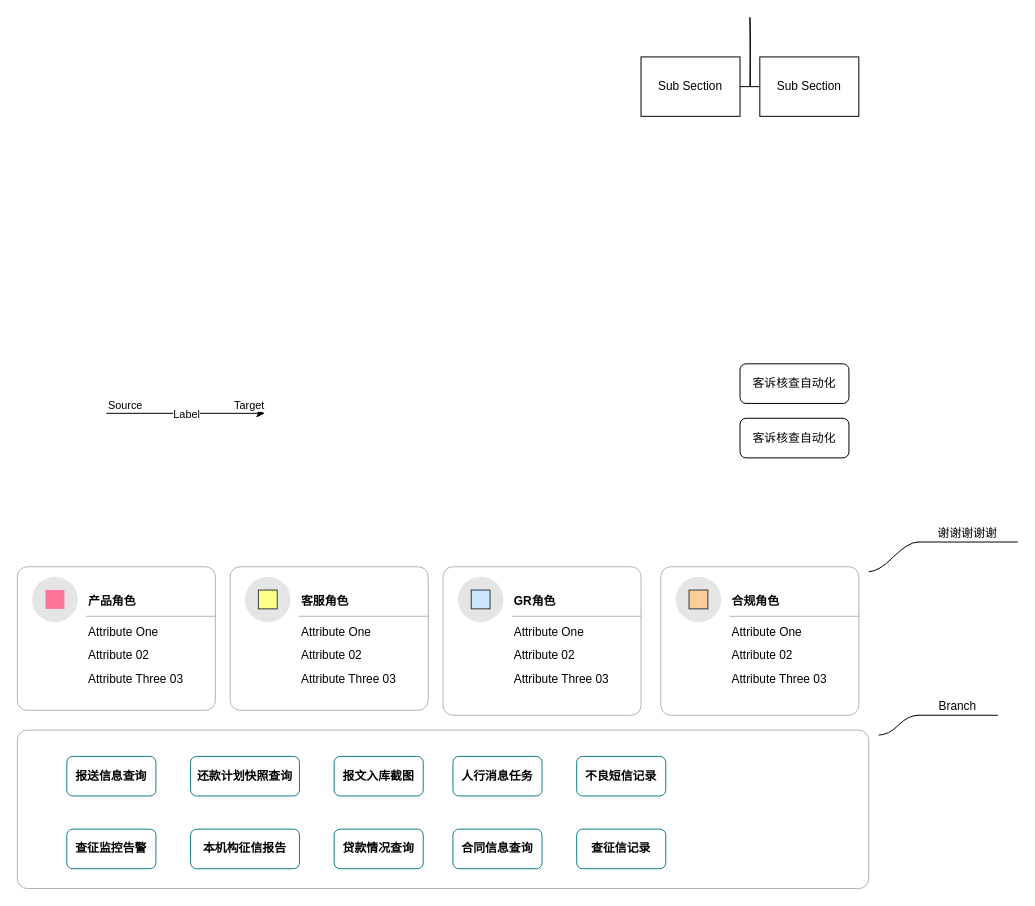
Above: 人行征信助手规划.drawio in 1040112370/draw_file (draw.io), before the change. Source tidied: cells renumbered, new cells numbered last; positions are measured from the earlier drawing's top-left corner, leaving out a move shared by most shapes. Both pictures are drawn from the tidied source at 99%, with x=0, y=0 at pixel (17, 17).
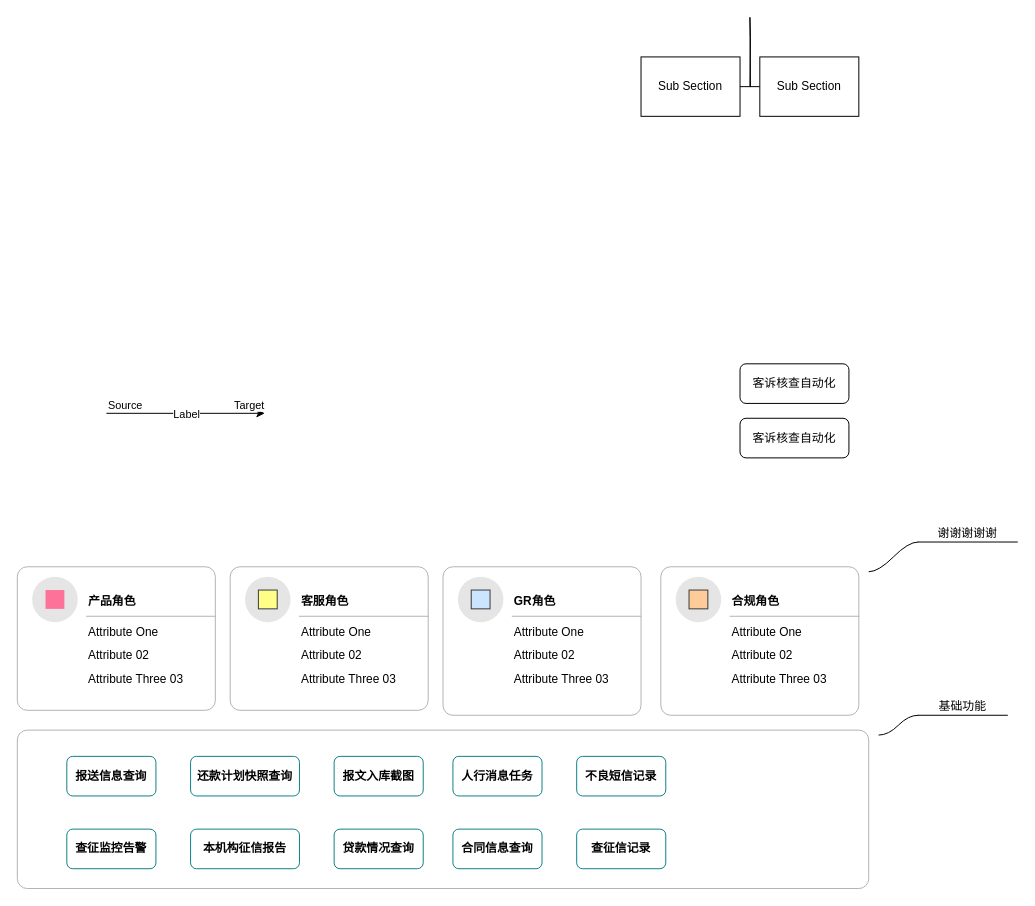
Above is the later version.

Commit message:
更新人行征信助手规划.drawio

Diff of the diagram source:
```diff
@@
-    <mxCell id="53" value="Branch" style="whiteSpace=wrap;html=1;shape=partialRectangle;top=0;left=0;bottom=1;right=0;points=[[0,1],[1,1]];fillColor=none;align=center;verticalAlign=bottom;routingCenterY=0.5;snapToPoint=1;newEdgeStyle={&quot;edgeStyle&quot;:&quot;entityRelationEdgeStyle&quot;,&quot;startArrow&quot;:&quot;none&quot;,&quot;endArrow&quot;:&quot;none&quot;,&quot;segment&quot;:10,&quot;curved&quot;:1,&quot;sourcePerimeterSpacing&quot;:0,&quot;targetPerimeterSpacing&quot;:0};" parent="1" vertex="1">
-      <mxGeometry x="910" y="675" width="80" height="30" as="geometry" />
+    <mxCell id="53" value="基础功能" style="whiteSpace=wrap;html=1;shape=partialRectangle;top=0;left=0;bottom=1;right=0;points=[[0,1],[1,1]];fillColor=none;align=center;verticalAlign=bottom;routingCenterY=0.5;snapToPoint=1;newEdgeStyle={&quot;edgeStyle&quot;:&quot;entityRelationEdgeStyle&quot;,&quot;startArrow&quot;:&quot;none&quot;,&quot;endArrow&quot;:&quot;none&quot;,&quot;segment&quot;:10,&quot;curved&quot;:1,&quot;sourcePerimeterSpacing&quot;:0,&quot;targetPerimeterSpacing&quot;:0};" parent="1" vertex="1">
+      <mxGeometry x="910" y="675" width="90" height="30" as="geometry" />
     </mxCell>
```
